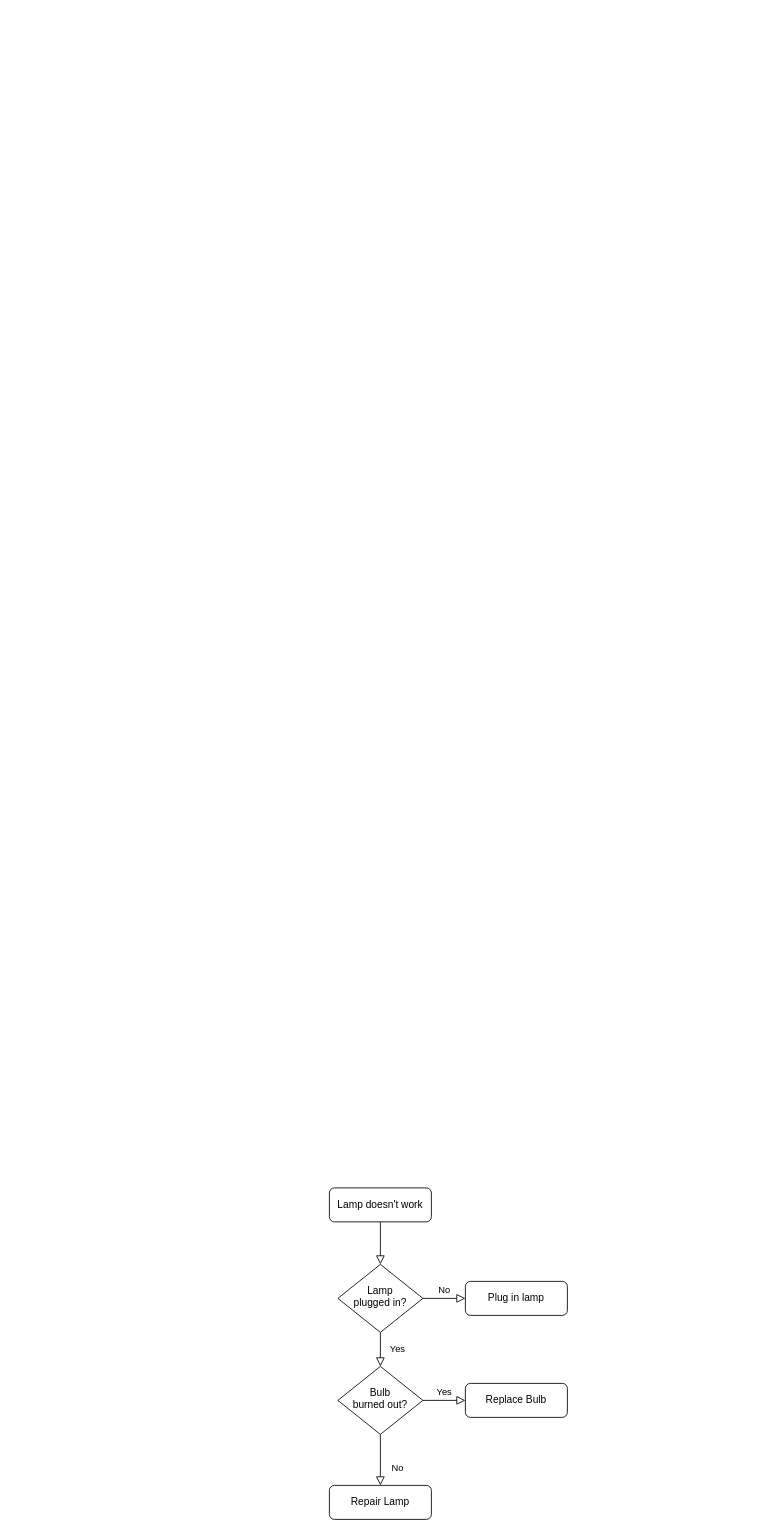
Kwame-Pitakin/Draw.io keeps this draw.io diagram as Untitled Diagram.drawio. Above is the earlier version. Source tidied: cells renumbered, new cells numbered last; positions are measured from the earlier drawing's top-left corner, leaving out a move shared by most shapes. Both pictures are drawn from the tidied source at 85%, with x=0, y=0 at pixel (329, 1187).
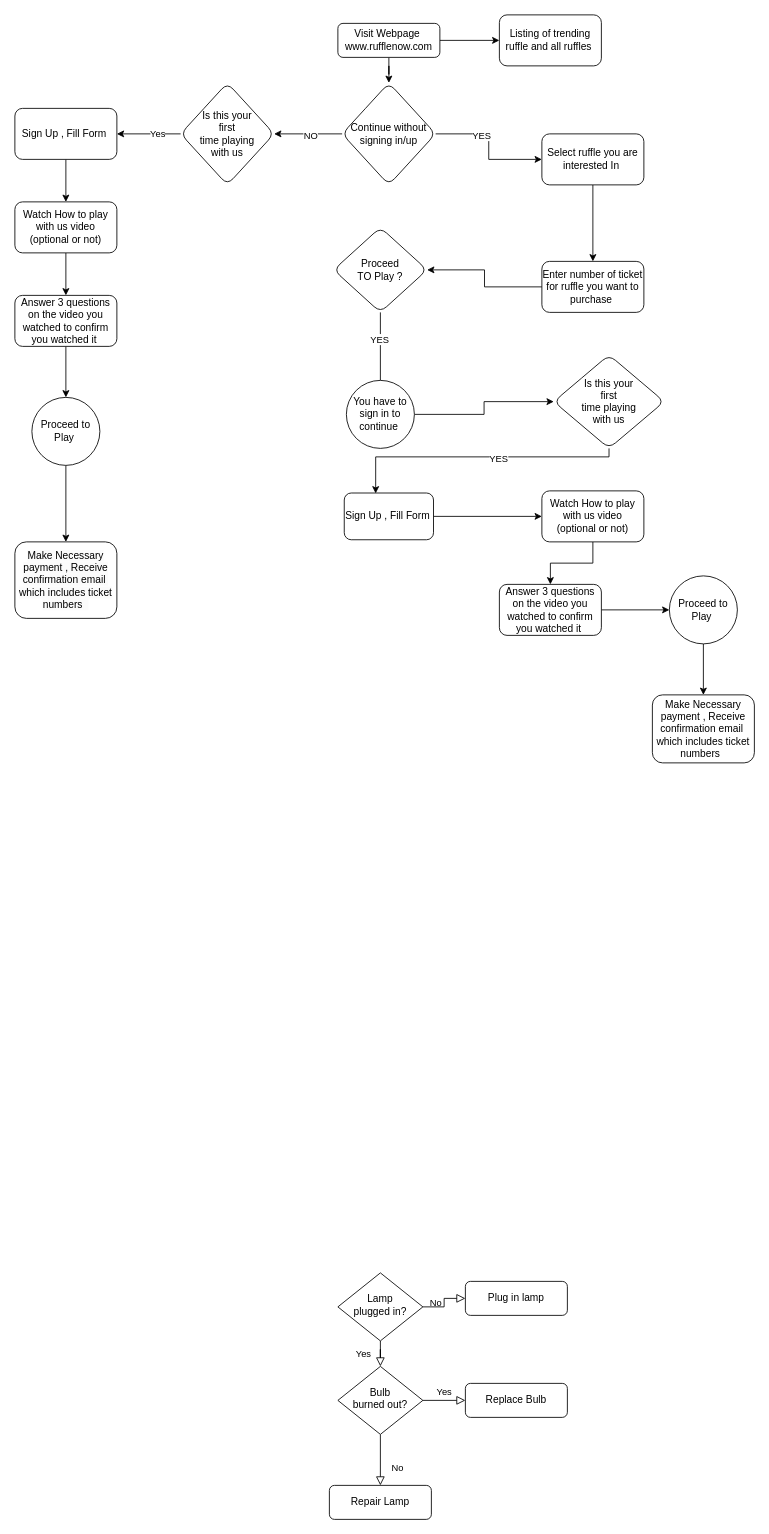
The same diagram, later.

Commit message:
Ruffle flowchat

Change to the diagram source:
```diff
@@
-    <mxCell id="2" style="rounded=0;html=1;jettySize=auto;fontSize=11;endArrow=block;endFill=0;endSize=8;strokeWidth=1;shadow=0;labelBackgroundColor=none;edgeStyle=orthogonalEdgeStyle;" parent="1" edge="1" source="3" target="6">
-      <mxGeometry relative="1" as="geometry" />
-    </mxCell>
+    <mxCell id="13" style="edgeStyle=orthogonalEdgeStyle;rounded=0;jettySize=auto;html=1;exitX=1;exitY=0.5;exitDx=0;exitDy=0;entryX=0;entryY=0.5;entryDx=0;entryDy=0;" parent="1" edge="1" source="3" target="15">
+      <mxGeometry relative="1" as="geometry" />
+    </mxCell>
+    <mxCell id="14" style="edgeStyle=orthogonalEdgeStyle;rounded=0;jettySize=auto;html=1;exitX=0.5;exitY=1;exitDx=0;exitDy=0;" parent="1" edge="1" source="3" target="20">
+      <mxGeometry relative="1" as="geometry" />
+    </mxCell>
-    <mxCell id="3" value="Lamp doesn't work" style="rounded=1;whiteSpace=wrap;html=1;fontSize=12;glass=0;strokeWidth=1;shadow=0;" parent="1" vertex="1">
-      <mxGeometry width="120" height="40" as="geometry" />
+    <mxCell id="3" value="Visit Webpage&amp;nbsp;&lt;br&gt;www.rufflenow.com" style="rounded=1;whiteSpace=wrap;html=1;fontSize=12;glass=0;strokeWidth=1;shadow=0;" parent="1" vertex="1">
+      <mxGeometry x="10" y="-1370" width="120" height="40" as="geometry" />
     </mxCell>
@@
     <mxCell id="6" value="Lamp&lt;br&gt;plugged in?" style="rhombus;whiteSpace=wrap;html=1;shadow=0;fontFamily=Helvetica;fontSize=12;align=center;strokeWidth=1;spacing=6;spacingTop=-4;" parent="1" vertex="1">
-      <mxGeometry x="10" y="90" width="100" height="80" as="geometry" />
+      <mxGeometry x="10" y="100" width="100" height="80" as="geometry" />
     </mxCell>
@@
+    <mxCell id="15" value="Listing of trending ruffle and all ruffles&amp;nbsp;" style="whiteSpace=wrap;html=1;rounded=1;glass=0;strokeWidth=1;shadow=0;" parent="1" vertex="1">
+      <mxGeometry x="200" y="-1380" width="120" height="60" as="geometry" />
+    </mxCell>
+    <mxCell id="16" style="edgeStyle=orthogonalEdgeStyle;rounded=0;jettySize=auto;html=1;" parent="1" edge="1" source="20" target="22">
+      <mxGeometry relative="1" as="geometry" />
+    </mxCell>
+    <mxCell id="17" value="YES" style="edgeLabel;html=1;align=center;verticalAlign=middle;" parent="16" vertex="1">
+      <mxGeometry x="-0.32" relative="1" as="geometry">
+        <mxPoint y="1" as="offset" />
+      </mxGeometry>
+    </mxCell>
+    <mxCell id="18" style="edgeStyle=orthogonalEdgeStyle;rounded=0;jettySize=auto;html=1;" parent="1" edge="1" source="20" target="44">
+      <mxGeometry relative="1" as="geometry" />
+    </mxCell>
+    <mxCell id="19" value="NO" style="edgeLabel;html=1;align=center;verticalAlign=middle;" parent="18" vertex="1">
+      <mxGeometry x="-0.05" y="1" relative="1" as="geometry" />
+    </mxCell>
+    <mxCell id="20" value="Continue without signing in/up" style="rhombus;whiteSpace=wrap;html=1;rounded=1;glass=0;strokeWidth=1;shadow=0;" parent="1" vertex="1">
+      <mxGeometry x="15" y="-1300" width="110" height="120" as="geometry" />
+    </mxCell>
+    <mxCell id="21" style="edgeStyle=orthogonalEdgeStyle;rounded=0;jettySize=auto;html=1;" parent="1" edge="1" source="22" target="24">
+      <mxGeometry relative="1" as="geometry" />
+    </mxCell>
+    <mxCell id="22" value="Select ruffle you are interested In&amp;nbsp;" style="whiteSpace=wrap;html=1;rounded=1;glass=0;strokeWidth=1;shadow=0;" parent="1" vertex="1">
+      <mxGeometry x="250" y="-1240" width="120" height="60" as="geometry" />
+    </mxCell>
+    <mxCell id="23" style="edgeStyle=orthogonalEdgeStyle;rounded=0;jettySize=auto;html=1;" parent="1" edge="1" source="24" target="25">
+      <mxGeometry relative="1" as="geometry" />
+    </mxCell>
+    <mxCell id="24" value="Enter number of ticket for ruffle you want to purchase&amp;nbsp;" style="whiteSpace=wrap;html=1;rounded=1;glass=0;strokeWidth=1;shadow=0;" parent="1" vertex="1">
+      <mxGeometry x="250" y="-1090" width="120" height="60" as="geometry" />
+    </mxCell>
+    <mxCell id="25" value="Proceed &lt;br&gt;TO Play ?" style="rhombus;whiteSpace=wrap;html=1;rounded=1;glass=0;strokeWidth=1;shadow=0;" parent="1" vertex="1">
+      <mxGeometry x="5" y="-1130" width="110" height="100" as="geometry" />
+    </mxCell>
+    <mxCell id="26" style="edgeStyle=orthogonalEdgeStyle;rounded=0;jettySize=auto;html=1;exitX=0.5;exitY=1;exitDx=0;exitDy=0;entryX=0.352;entryY=0.009;entryDx=0;entryDy=0;entryPerimeter=0;" parent="1" edge="1" source="28" target="30">
+      <mxGeometry relative="1" as="geometry">
+        <Array as="points">
+          <mxPoint x="329" y="-860" />
+          <mxPoint x="55" y="-860" />
+        </Array>
+      </mxGeometry>
+    </mxCell>
+    <mxCell id="27" value="YES" style="edgeLabel;html=1;align=center;verticalAlign=middle;" parent="26" vertex="1">
+      <mxGeometry x="-0.14" y="3" relative="1" as="geometry">
+        <mxPoint y="-2" as="offset" />
+      </mxGeometry>
+    </mxCell>
+    <mxCell id="28" value="Is this your&lt;br&gt;first &lt;br&gt;time playing&lt;br&gt;&amp;nbsp;with us&amp;nbsp;" style="rhombus;whiteSpace=wrap;html=1;rounded=1;glass=0;strokeWidth=1;shadow=0;" parent="1" vertex="1">
+      <mxGeometry x="264" y="-980" width="130" height="110" as="geometry" />
+    </mxCell>
+    <mxCell id="29" style="edgeStyle=orthogonalEdgeStyle;rounded=0;jettySize=auto;html=1;exitX=1;exitY=0.5;exitDx=0;exitDy=0;" parent="1" edge="1" source="30" target="32">
+      <mxGeometry relative="1" as="geometry" />
+    </mxCell>
+    <mxCell id="30" value="Sign Up , Fill Form&amp;nbsp;" style="whiteSpace=wrap;html=1;rounded=1;glass=0;strokeWidth=1;shadow=0;" parent="1" vertex="1">
+      <mxGeometry x="17.5" y="-817.5" width="105" height="55" as="geometry" />
+    </mxCell>
+    <mxCell id="31" style="edgeStyle=orthogonalEdgeStyle;rounded=0;jettySize=auto;html=1;" parent="1" edge="1" source="32" target="34">
+      <mxGeometry relative="1" as="geometry" />
+    </mxCell>
+    <mxCell id="32" value="Watch How to play with us video (optional or not)" style="whiteSpace=wrap;html=1;rounded=1;glass=0;strokeWidth=1;shadow=0;" parent="1" vertex="1">
+      <mxGeometry x="250" y="-820" width="120" height="60" as="geometry" />
+    </mxCell>
+    <mxCell id="33" style="edgeStyle=orthogonalEdgeStyle;rounded=0;jettySize=auto;html=1;" parent="1" edge="1" source="34" target="36">
+      <mxGeometry relative="1" as="geometry" />
+    </mxCell>
+    <mxCell id="34" value="Answer 3 questions on the video you watched to confirm you watched it&amp;nbsp;" style="whiteSpace=wrap;html=1;rounded=1;glass=0;strokeWidth=1;shadow=0;" parent="1" vertex="1">
+      <mxGeometry x="200" y="-710" width="120" height="60" as="geometry" />
+    </mxCell>
+    <mxCell id="35" style="edgeStyle=orthogonalEdgeStyle;rounded=0;jettySize=auto;html=1;" parent="1" edge="1" source="36" target="41">
+      <mxGeometry relative="1" as="geometry" />
+    </mxCell>
+    <mxCell id="36" value="Proceed to Play&amp;nbsp;" style="ellipse;whiteSpace=wrap;html=1;rounded=1;glass=0;strokeWidth=1;shadow=0;" parent="1" vertex="1">
+      <mxGeometry x="400" y="-720" width="80" height="80" as="geometry" />
+    </mxCell>
+    <mxCell id="37" style="edgeStyle=orthogonalEdgeStyle;rounded=0;jettySize=auto;html=1;exitX=0.5;exitY=1;exitDx=0;exitDy=0;endArrow=none;" parent="1" edge="1" source="25" target="40">
+      <mxGeometry relative="1" as="geometry" />
+    </mxCell>
+    <mxCell id="38" value="YES" style="edgeLabel;html=1;align=center;verticalAlign=middle;" parent="37" vertex="1">
+      <mxGeometry x="-0.25" y="2" relative="1" as="geometry">
+        <mxPoint x="-4" y="1" as="offset" />
+      </mxGeometry>
+    </mxCell>
+    <mxCell id="39" style="edgeStyle=orthogonalEdgeStyle;rounded=0;jettySize=auto;html=1;exitX=1;exitY=0.5;exitDx=0;exitDy=0;entryX=0;entryY=0.5;entryDx=0;entryDy=0;" parent="1" edge="1" source="40" target="28">
+      <mxGeometry relative="1" as="geometry" />
+    </mxCell>
+    <mxCell id="40" value="You have to sign in to continue&amp;nbsp;" style="ellipse;whiteSpace=wrap;html=1;rounded=1;glass=0;strokeWidth=1;shadow=0;" parent="1" vertex="1">
+      <mxGeometry x="20" y="-950" width="80" height="80" as="geometry" />
+    </mxCell>
+    <mxCell id="41" value="Make Necessary payment , Receive confirmation email&amp;nbsp;&lt;br&gt;which includes ticket numbers&amp;nbsp;&amp;nbsp;" style="whiteSpace=wrap;html=1;rounded=1;glass=0;strokeWidth=1;shadow=0;" parent="1" vertex="1">
+      <mxGeometry x="380" y="-580" width="120" height="80" as="geometry" />
+    </mxCell>
+    <mxCell id="42" style="edgeStyle=orthogonalEdgeStyle;rounded=0;jettySize=auto;html=1;" parent="1" edge="1" source="44" target="46">
+      <mxGeometry relative="1" as="geometry" />
+    </mxCell>
+    <mxCell id="43" value="Yes" style="edgeLabel;html=1;align=center;verticalAlign=middle;" parent="42" vertex="1">
+      <mxGeometry x="-0.25" y="-1" relative="1" as="geometry" />
+    </mxCell>
+    <mxCell id="44" value="Is this your&lt;br style=&quot;border-color: var(--border-color);&quot;&gt;first&lt;br style=&quot;border-color: var(--border-color);&quot;&gt;time playing&lt;br style=&quot;border-color: var(--border-color);&quot;&gt;&amp;nbsp;with us&amp;nbsp;" style="rhombus;whiteSpace=wrap;html=1;rounded=1;glass=0;strokeWidth=1;shadow=0;" parent="1" vertex="1">
+      <mxGeometry x="-175" y="-1300" width="110" height="120" as="geometry" />
+    </mxCell>
+    <mxCell id="45" style="edgeStyle=orthogonalEdgeStyle;rounded=0;jettySize=auto;html=1;exitX=0.5;exitY=1;exitDx=0;exitDy=0;entryX=0.5;entryY=0;entryDx=0;entryDy=0;" parent="1" edge="1" source="46" target="48">
+      <mxGeometry relative="1" as="geometry" />
+    </mxCell>
+    <mxCell id="46" value="Sign Up , Fill Form&amp;nbsp;" style="whiteSpace=wrap;html=1;rounded=1;glass=0;strokeWidth=1;shadow=0;" parent="1" vertex="1">
+      <mxGeometry x="-370" y="-1270" width="120" height="60" as="geometry" />
+    </mxCell>
+    <mxCell id="47" style="edgeStyle=orthogonalEdgeStyle;rounded=0;jettySize=auto;html=1;" parent="1" edge="1" source="48" target="50">
+      <mxGeometry relative="1" as="geometry" />
+    </mxCell>
+    <mxCell id="48" value="Watch How to play with us video (optional or not)" style="whiteSpace=wrap;html=1;rounded=1;glass=0;strokeWidth=1;shadow=0;" parent="1" vertex="1">
+      <mxGeometry x="-370" y="-1160" width="120" height="60" as="geometry" />
+    </mxCell>
+    <mxCell id="49" style="edgeStyle=orthogonalEdgeStyle;rounded=0;jettySize=auto;html=1;exitX=0.5;exitY=1;exitDx=0;exitDy=0;entryX=0.5;entryY=0;entryDx=0;entryDy=0;" parent="1" edge="1" source="50" target="52">
+      <mxGeometry relative="1" as="geometry" />
+    </mxCell>
+    <mxCell id="50" value="Answer 3 questions on the video you watched to confirm you watched it&amp;nbsp;" style="whiteSpace=wrap;html=1;rounded=1;glass=0;strokeWidth=1;shadow=0;" parent="1" vertex="1">
+      <mxGeometry x="-370" y="-1050" width="120" height="60" as="geometry" />
+    </mxCell>
+    <mxCell id="51" style="edgeStyle=orthogonalEdgeStyle;rounded=0;jettySize=auto;html=1;" parent="1" edge="1" source="52" target="53">
+      <mxGeometry relative="1" as="geometry" />
+    </mxCell>
+    <mxCell id="52" value="Proceed to Play&amp;nbsp;" style="ellipse;whiteSpace=wrap;html=1;rounded=1;glass=0;strokeWidth=1;shadow=0;" parent="1" vertex="1">
+      <mxGeometry x="-350" y="-930" width="80" height="80" as="geometry" />
+    </mxCell>
+    <mxCell id="53" value="&lt;span style=&quot;color: rgb(0, 0, 0); font-family: Helvetica; font-size: 12px; font-style: normal; font-variant-ligatures: normal; font-variant-caps: normal; font-weight: 400; letter-spacing: normal; orphans: 2; text-align: center; text-indent: 0px; text-transform: none; widows: 2; word-spacing: 0px; -webkit-text-stroke-width: 0px; background-color: rgb(251, 251, 251); text-decoration-thickness: initial; text-decoration-style: initial; text-decoration-color: initial; float: none; display: inline !important;&quot;&gt;Make Necessary payment , Receive confirmation email&amp;nbsp;&lt;/span&gt;&lt;br style=&quot;border-color: var(--border-color); color: rgb(0, 0, 0); font-family: Helvetica; font-size: 12px; font-style: normal; font-variant-ligatures: normal; font-variant-caps: normal; font-weight: 400; letter-spacing: normal; orphans: 2; text-align: center; text-indent: 0px; text-transform: none; widows: 2; word-spacing: 0px; -webkit-text-stroke-width: 0px; background-color: rgb(251, 251, 251); text-decoration-thickness: initial; text-decoration-style: initial; text-decoration-color: initial;&quot;&gt;&lt;span style=&quot;color: rgb(0, 0, 0); font-family: Helvetica; font-size: 12px; font-style: normal; font-variant-ligatures: normal; font-variant-caps: normal; font-weight: 400; letter-spacing: normal; orphans: 2; text-align: center; text-indent: 0px; text-transform: none; widows: 2; word-spacing: 0px; -webkit-text-stroke-width: 0px; background-color: rgb(251, 251, 251); text-decoration-thickness: initial; text-decoration-style: initial; text-decoration-color: initial; float: none; display: inline !important;&quot;&gt;which includes ticket numbers&amp;nbsp;&amp;nbsp;&lt;/span&gt;" style="whiteSpace=wrap;html=1;rounded=1;glass=0;strokeWidth=1;shadow=0;" parent="1" vertex="1">
+      <mxGeometry x="-370" y="-760" width="120" height="90" as="geometry" />
+    </mxCell>
```
